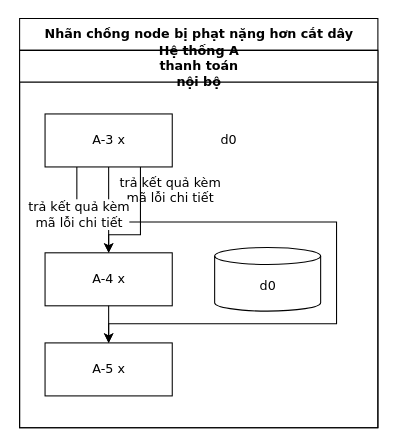
This is conformance/merge/unchanged-with-findings/flow.drawio from luytbq/flowcast, a draw.io file, before an edit. Source tidied: cells renumbered, new cells numbered last; positions are measured from the earlier drawing's top-left corner, leaving out a move shared by most shapes. Both pictures are drawn from the tidied source at 106%, with x=0, y=0 at pixel (19, 18).
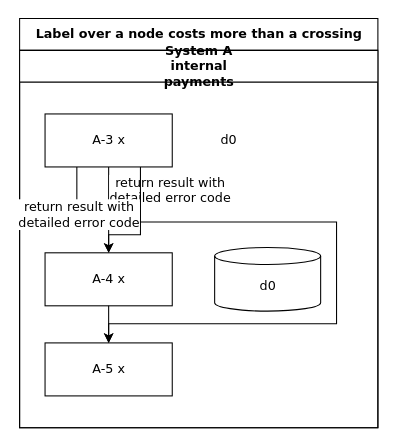
After the change.

What changed in the source:
```diff
@@
 <mxGraphModel>
   <root>
     <mxCell id="0" />
     <mxCell id="1" parent="0" />
-    <mxCell id="2" value="Nhãn chồng node bị phạt nặng hơn cắt dây" style="swimlane;html=1;startSize=30;fontStyle=1;fontFamily=Verdana;fontSize=12;flowtable=1;" parent="1" vertex="1">
+    <mxCell id="2" value="Label over a node costs more than a crossing" style="swimlane;html=1;startSize=30;fontStyle=1;fontFamily=Verdana;fontSize=12;flowtable=1;" parent="1" vertex="1">
       <mxGeometry width="338" height="386" as="geometry" />
     </mxCell>
-    <mxCell id="3" value="Hệ thống A&lt;br&gt;thanh toán&lt;br&gt;nội bộ" style="swimlane;html=1;startSize=30;fontFamily=Verdana;fontSize=12;flowtable=1;" parent="2" vertex="1">
+    <mxCell id="3" value="System A&lt;br&gt;internal&lt;br&gt;payments" style="swimlane;html=1;startSize=30;fontFamily=Verdana;fontSize=12;flowtable=1;" parent="2" vertex="1">
       <mxGeometry y="30" width="338" height="356" as="geometry" />
     </mxCell>
     <mxCell id="4" value="A-3 x" style="rounded=0;html=1;fontFamily=Verdana;fontSize=12;flowtable=1;" parent="3" vertex="1">
       <mxGeometry x="24" y="60" width="120" height="50" as="geometry" />
     </mxCell>
     <mxCell id="5" value="d0" style="text;html=1;align=left;verticalAlign=middle;spacingLeft=4;fontFamily=Verdana;fontSize=12;flowtable=1;" parent="3" vertex="1">
       <mxGeometry x="184" y="71" width="36" height="28" as="geometry" />
     </mxCell>
     <mxCell id="6" value="A-4 x" style="rounded=0;html=1;fontFamily=Verdana;fontSize=12;flowtable=1;" parent="3" vertex="1">
       <mxGeometry x="24" y="191" width="120" height="50" as="geometry" />
     </mxCell>
     <mxCell id="7" value="d0" style="shape=cylinder3;html=1;boundedLbl=1;backgroundOutline=1;size=8;fontFamily=Verdana;fontSize=12;flowtable=1;" parent="3" vertex="1">
       <mxGeometry x="184" y="186" width="100" height="60" as="geometry" />
     </mxCell>
     <mxCell id="8" value="A-5 x" style="rounded=0;html=1;fontFamily=Verdana;fontSize=12;flowtable=1;" parent="3" vertex="1">
       <mxGeometry x="24" y="276" width="120" height="50" as="geometry" />
     </mxCell>
-    <mxCell id="9" value="trả kết quả kèm&lt;br&gt;mã lỗi chi tiết" style="edgeStyle=orthogonalEdgeStyle;rounded=0;jettySize=auto;html=1;labelBackgroundColor=default;exitX=0.5;exitY=1;exitDx=0;exitDy=0;entryX=0.5;entryY=0;entryDx=0;entryDy=0;fontFamily=Verdana;fontSize=12;flowtable=1;" parent="2" edge="1" source="4" target="6">
+    <mxCell id="9" value="return result with&lt;br&gt;detailed error code" style="edgeStyle=orthogonalEdgeStyle;rounded=0;jettySize=auto;html=1;labelBackgroundColor=default;exitX=0.5;exitY=1;exitDx=0;exitDy=0;entryX=0.5;entryY=0;entryDx=0;entryDy=0;fontFamily=Verdana;fontSize=12;flowtable=1;" parent="2" edge="1" source="4" target="6">
       <mxGeometry x="-0.46" relative="1" as="geometry">
         <mxPoint x="57.5" as="offset" />
       </mxGeometry>
     </mxCell>
     <mxCell id="10" style="edgeStyle=orthogonalEdgeStyle;rounded=0;jettySize=auto;html=1;labelBackgroundColor=default;exitX=0.25;exitY=1;exitDx=0;exitDy=0;entryX=0.5;entryY=0;entryDx=0;entryDy=0;fontFamily=Verdana;fontSize=12;flowtable=1;" parent="2" edge="1" source="4" target="8">
       <mxGeometry relative="1" as="geometry">
         <Array as="points">
           <mxPoint x="54" y="192" />
           <mxPoint x="299" y="192" />
           <mxPoint x="299" y="288" />
           <mxPoint x="84" y="288" />
         </Array>
       </mxGeometry>
     </mxCell>
-    <mxCell id="11" value="trả kết quả kèm&lt;br&gt;mã lỗi chi tiết" style="edgeStyle=orthogonalEdgeStyle;rounded=0;jettySize=auto;html=1;labelBackgroundColor=default;exitX=0.75;exitY=1;exitDx=0;exitDy=0;entryX=0.5;entryY=0;entryDx=0;entryDy=0;fontFamily=Verdana;fontSize=12;flowtable=1;" parent="2" edge="1" source="4" target="6">
+    <mxCell id="11" value="return result with&lt;br&gt;detailed error code" style="edgeStyle=orthogonalEdgeStyle;rounded=0;jettySize=auto;html=1;labelBackgroundColor=default;exitX=0.75;exitY=1;exitDx=0;exitDy=0;entryX=0.5;entryY=0;entryDx=0;entryDy=0;fontFamily=Verdana;fontSize=12;flowtable=1;" parent="2" edge="1" source="4" target="6">
       <mxGeometry x="0.69" relative="1" as="geometry">
         <Array as="points">
           <mxPoint x="114" y="204" />
           <mxPoint x="84" y="204" />
         </Array>
         <mxPoint x="-28.4" y="-19" as="offset" />
       </mxGeometry>
     </mxCell>
     <mxCell id="12" style="edgeStyle=orthogonalEdgeStyle;rounded=0;jettySize=auto;html=1;labelBackgroundColor=default;exitX=0.5;exitY=1;exitDx=0;exitDy=0;entryX=0.5;entryY=0;entryDx=0;entryDy=0;fontFamily=Verdana;fontSize=12;flowtable=1;" parent="2" edge="1" source="6" target="8">
       <mxGeometry relative="1" as="geometry" />
     </mxCell>
   </root>
 </mxGraphModel>
```
